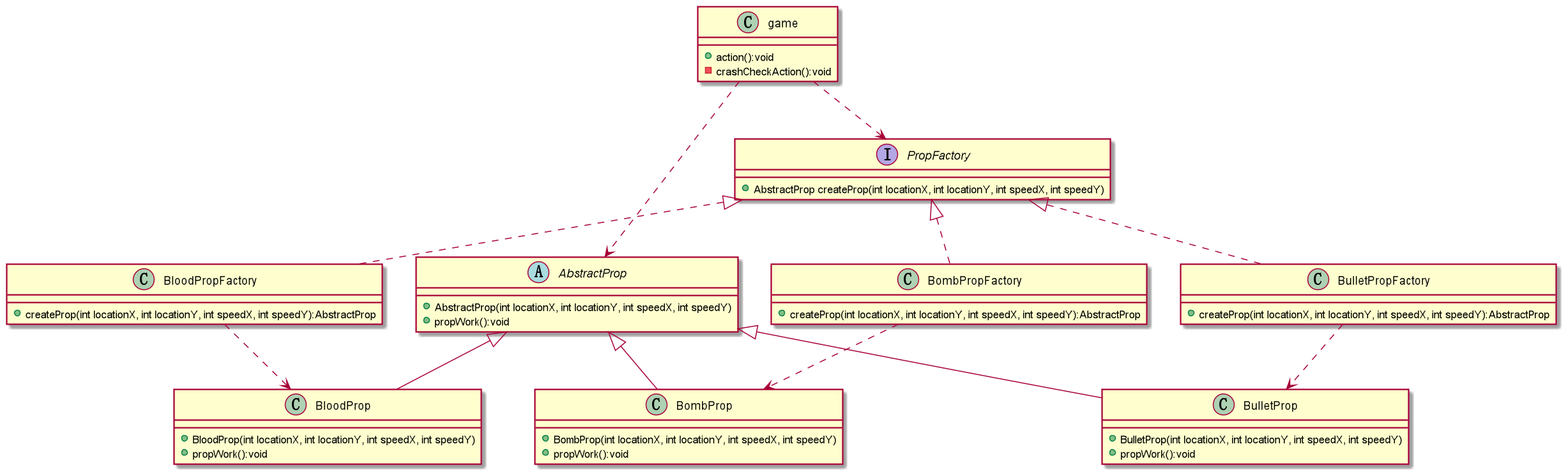
Above: uml/PropFactory.png in Lai-JX/java_lab (PlantUML), before the change.
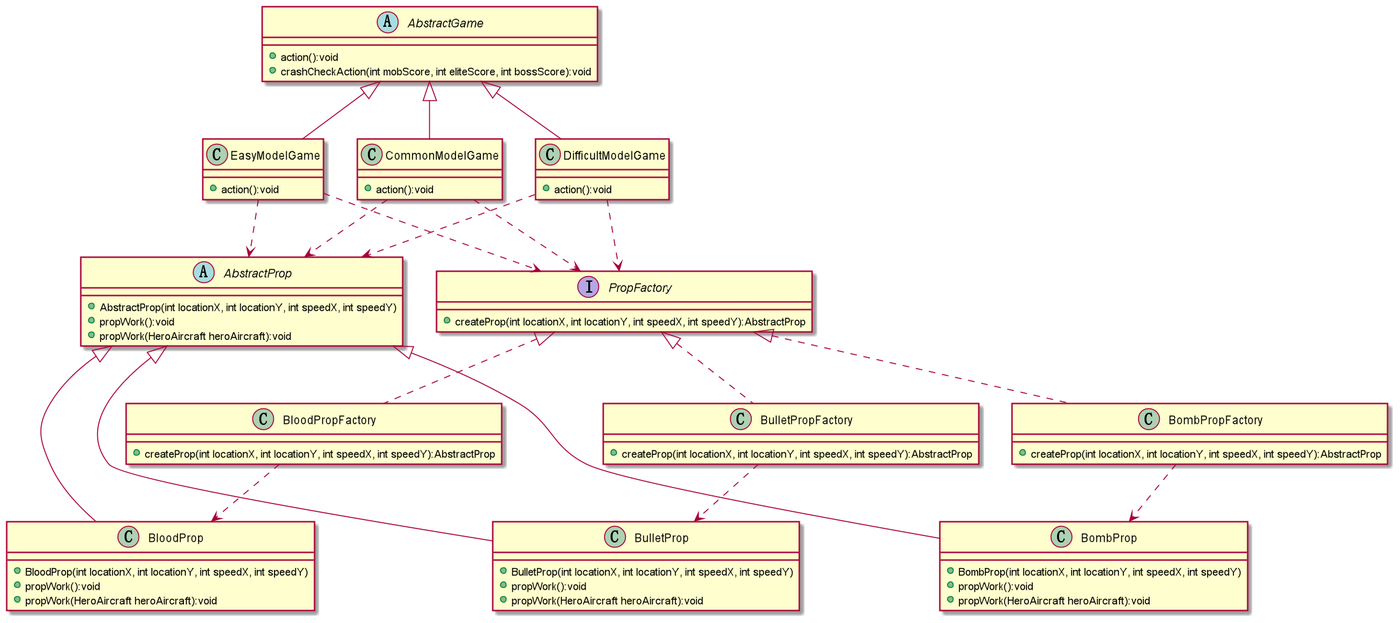
The same diagram one commit later.

The edit, as a diff of the source:
```diff
@@ -1,10 +1,20 @@
 @startuml
-
-class game
+abstract class AbstractGame
 {
     + action():void
-    - crashCheckAction():void
-
+    + crashCheckAction(int mobScore, int eliteScore, int bossScore):void
+}
+class EasyModelGame
+{
+    + action():void
+}
+class CommonModelGame
+{
+    + action():void
+}
+class DifficultModelGame
+{
+    + action():void
 }
 
 
@@ -13,10 +23,11 @@
 {
     + AbstractProp(int locationX, int locationY, int speedX, int speedY)
     + propWork():void
+    + propWork(HeroAircraft heroAircraft):void
 }
 interface PropFactory
 {
-    + AbstractProp createProp(int locationX, int locationY, int speedX, int speedY)
+    + createProp(int locationX, int locationY, int speedX, int speedY):AbstractProp
 }
 class BloodPropFactory
 {
@@ -36,20 +47,30 @@
 class BloodProp {
     + BloodProp(int locationX, int locationY, int speedX, int speedY)
     + propWork():void
+    + propWork(HeroAircraft heroAircraft):void
 }
 
 class BombProp {
     + BombProp(int locationX, int locationY, int speedX, int speedY)
     + propWork():void
+    + propWork(HeroAircraft heroAircraft):void
 }
 
 class BulletProp {
     + BulletProp(int locationX, int locationY, int speedX, int speedY)
     + propWork():void
+    + propWork(HeroAircraft heroAircraft):void
 }
 
-game..>PropFactory
-game..>AbstractProp
+AbstractGame<|--EasyModelGame
+AbstractGame<|--CommonModelGame
+AbstractGame<|-- DifficultModelGame
+EasyModelGame..>PropFactory
+EasyModelGame..>AbstractProp
+CommonModelGame..>PropFactory
+CommonModelGame..>AbstractProp
+DifficultModelGame..>PropFactory
+DifficultModelGame..>AbstractProp
 
 
 
```
